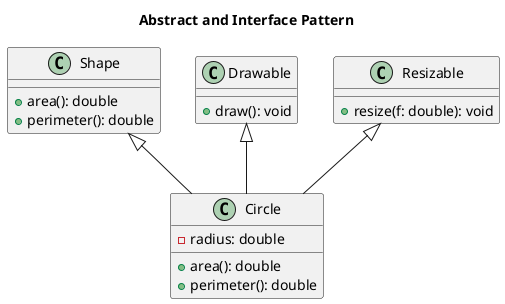
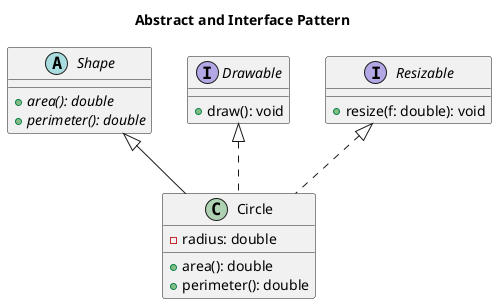
@startuml
title Abstract and Interface Pattern
- class Shape {
-   +area(): double
-   +perimeter(): double
+ abstract class Shape {
+   {abstract} +area(): double
+   {abstract} +perimeter(): double
}
- class Drawable {
+ interface Drawable {
  +draw(): void
}
- class Resizable {
+ interface Resizable {
  +resize(f: double): void
}
class Circle {
  -radius: double
  +area(): double
  +perimeter(): double
}
Shape <|-- Circle
- Drawable <|-- Circle
- Resizable <|-- Circle
+ Drawable <|.. Circle
+ Resizable <|.. Circle
@enduml
